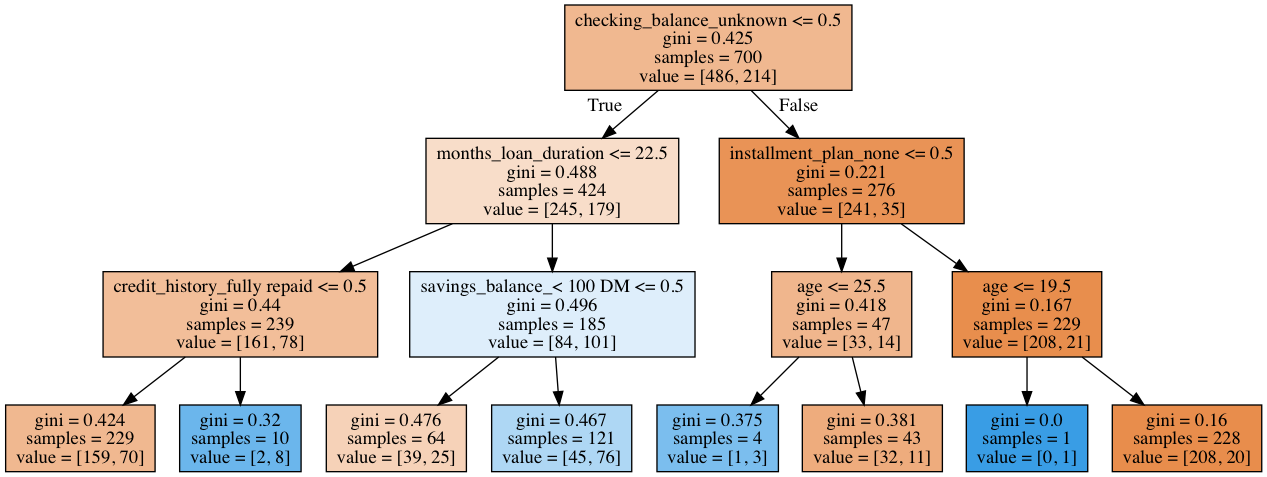
The Graphviz diagram demos/tree.png in abulbasar/machine-learning, before a commit. Its source is kept beside it as demos/tree.dot.
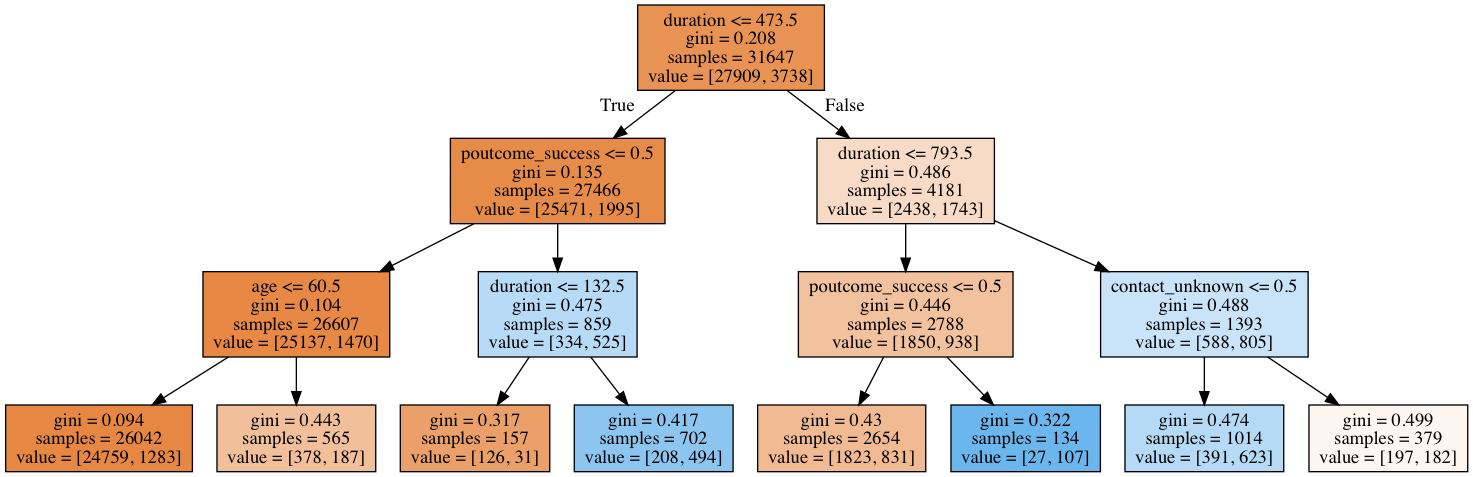
Above is the later version.

Diff of the diagram source:
```diff
@@ -1,32 +1,32 @@
 digraph Tree {
 node [shape=box, style="filled", color="black"] ;
-0 [label="checking_balance_unknown <= 0.5\ngini = 0.425\nsamples = 700\nvalue = [486, 214]", fillcolor="#e581398f"] ;
-1 [label="months_loan_duration <= 22.5\ngini = 0.488\nsamples = 424\nvalue = [245, 179]", fillcolor="#e5813945"] ;
+0 [label="duration <= 473.5\ngini = 0.208\nsamples = 31647\nvalue = [27909, 3738]", fillcolor="#e58139dd"] ;
+1 [label="poutcome_success <= 0.5\ngini = 0.135\nsamples = 27466\nvalue = [25471, 1995]", fillcolor="#e58139eb"] ;
 0 -> 1 [labeldistance=2.5, labelangle=45, headlabel="True"] ;
-2 [label="credit_history_fully repaid <= 0.5\ngini = 0.44\nsamples = 239\nvalue = [161, 78]", fillcolor="#e5813983"] ;
+2 [label="age <= 60.5\ngini = 0.104\nsamples = 26607\nvalue = [25137, 1470]", fillcolor="#e58139f0"] ;
 1 -> 2 ;
-3 [label="gini = 0.424\nsamples = 229\nvalue = [159, 70]", fillcolor="#e581398f"] ;
+3 [label="gini = 0.094\nsamples = 26042\nvalue = [24759, 1283]", fillcolor="#e58139f2"] ;
 2 -> 3 ;
-4 [label="gini = 0.32\nsamples = 10\nvalue = [2, 8]", fillcolor="#399de5bf"] ;
+4 [label="gini = 0.443\nsamples = 565\nvalue = [378, 187]", fillcolor="#e5813981"] ;
 2 -> 4 ;
-5 [label="savings_balance_< 100 DM <= 0.5\ngini = 0.496\nsamples = 185\nvalue = [84, 101]", fillcolor="#399de52b"] ;
+5 [label="duration <= 132.5\ngini = 0.475\nsamples = 859\nvalue = [334, 525]", fillcolor="#399de55d"] ;
 1 -> 5 ;
-6 [label="gini = 0.476\nsamples = 64\nvalue = [39, 25]", fillcolor="#e581395c"] ;
+6 [label="gini = 0.317\nsamples = 157\nvalue = [126, 31]", fillcolor="#e58139c0"] ;
 5 -> 6 ;
-7 [label="gini = 0.467\nsamples = 121\nvalue = [45, 76]", fillcolor="#399de568"] ;
+7 [label="gini = 0.417\nsamples = 702\nvalue = [208, 494]", fillcolor="#399de594"] ;
 5 -> 7 ;
-8 [label="installment_plan_none <= 0.5\ngini = 0.221\nsamples = 276\nvalue = [241, 35]", fillcolor="#e58139da"] ;
+8 [label="duration <= 793.5\ngini = 0.486\nsamples = 4181\nvalue = [2438, 1743]", fillcolor="#e5813949"] ;
 0 -> 8 [labeldistance=2.5, labelangle=-45, headlabel="False"] ;
-9 [label="age <= 25.5\ngini = 0.418\nsamples = 47\nvalue = [33, 14]", fillcolor="#e5813993"] ;
+9 [label="poutcome_success <= 0.5\ngini = 0.446\nsamples = 2788\nvalue = [1850, 938]", fillcolor="#e581397e"] ;
 8 -> 9 ;
-10 [label="gini = 0.375\nsamples = 4\nvalue = [1, 3]", fillcolor="#399de5aa"] ;
+10 [label="gini = 0.43\nsamples = 2654\nvalue = [1823, 831]", fillcolor="#e581398b"] ;
 9 -> 10 ;
-11 [label="gini = 0.381\nsamples = 43\nvalue = [32, 11]", fillcolor="#e58139a7"] ;
+11 [label="gini = 0.322\nsamples = 134\nvalue = [27, 107]", fillcolor="#399de5bf"] ;
 9 -> 11 ;
-12 [label="age <= 19.5\ngini = 0.167\nsamples = 229\nvalue = [208, 21]", fillcolor="#e58139e5"] ;
+12 [label="contact_unknown <= 0.5\ngini = 0.488\nsamples = 1393\nvalue = [588, 805]", fillcolor="#399de545"] ;
 8 -> 12 ;
-13 [label="gini = 0.0\nsamples = 1\nvalue = [0, 1]", fillcolor="#399de5ff"] ;
+13 [label="gini = 0.474\nsamples = 1014\nvalue = [391, 623]", fillcolor="#399de55f"] ;
 12 -> 13 ;
-14 [label="gini = 0.16\nsamples = 228\nvalue = [208, 20]", fillcolor="#e58139e6"] ;
+14 [label="gini = 0.499\nsamples = 379\nvalue = [197, 182]", fillcolor="#e5813913"] ;
 12 -> 14 ;
 }
```
